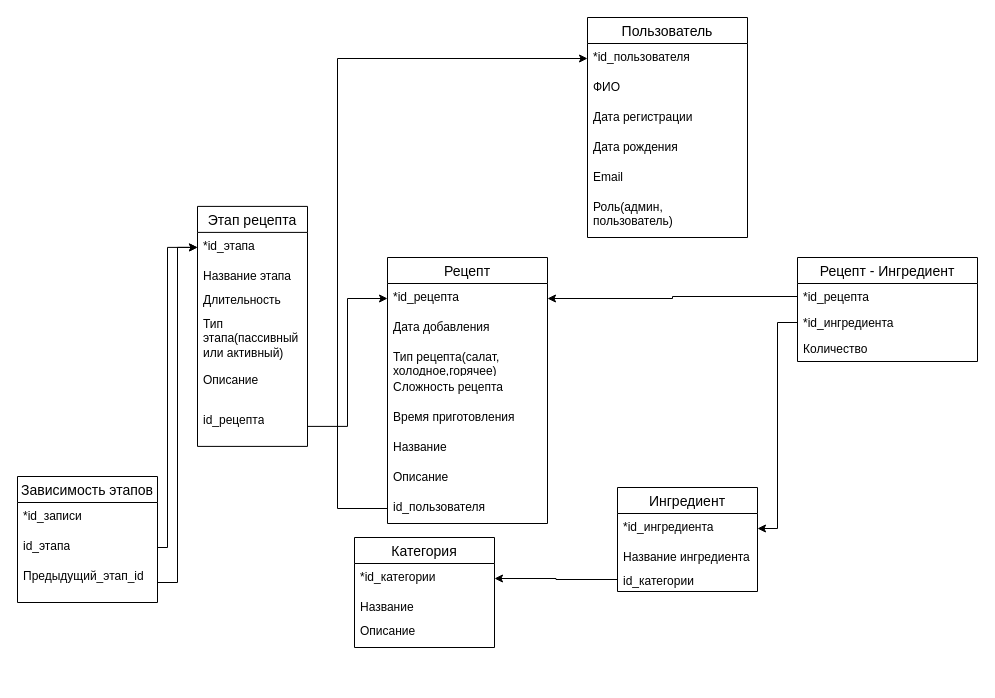
pestlain34/A_Graph-Based_System_for_Intelligent_Culinary_Process_Sequencing keeps this draw.io diagram as doc/relational.drawio. Above is the earlier version. Source tidied: cells renumbered, new cells numbered last; positions are measured from the earlier drawing's top-left corner, leaving out a move shared by most shapes. Both pictures are drawn from the tidied source at 100%, with x=0, y=0 at pixel (17, 17).
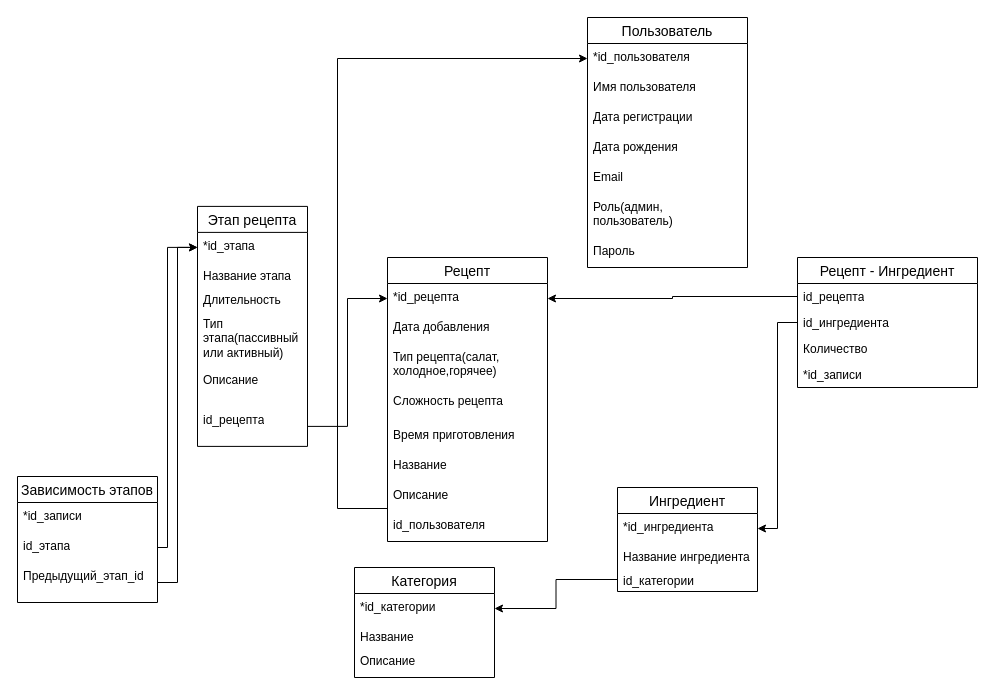
The same diagram, later.

The edit, as a diff of the source:
```diff
@@
     <mxCell id="2" value="Пользователь" style="swimlane;fontStyle=0;horizontal=1;startSize=26;align=center;fontSize=14;" parent="1" vertex="1">
-      <mxGeometry x="570" width="160" height="220" as="geometry" />
+      <mxGeometry x="570" width="160" height="250" as="geometry" />
     </mxCell>
@@
-    <mxCell id="4" value="ФИО" style="text;strokeColor=none;fillColor=none;spacingLeft=4;spacingRight=4;overflow=hidden;fontSize=12;whiteSpace=wrap;html=1;" parent="2" vertex="1">
+    <mxCell id="4" value="Имя пользователя" style="text;strokeColor=none;fillColor=none;spacingLeft=4;spacingRight=4;overflow=hidden;fontSize=12;whiteSpace=wrap;html=1;" parent="2" vertex="1">
       <mxGeometry y="56" width="160" height="30" as="geometry" />
     </mxCell>
@@
+    <mxCell id="48" value="Пароль" style="text;strokeColor=none;fillColor=none;spacingLeft=4;spacingRight=4;overflow=hidden;fontSize=12;whiteSpace=wrap;html=1;" parent="2" vertex="1">
+      <mxGeometry y="220" width="160" height="30" as="geometry" />
+    </mxCell>
     <mxCell id="9" value="Рецепт" style="swimlane;fontStyle=0;horizontal=1;startSize=26;align=center;fontSize=14;" parent="1" vertex="1">
-      <mxGeometry x="370" y="240" width="160" height="266" as="geometry" />
+      <mxGeometry x="370" y="240" width="160" height="284" as="geometry" />
     </mxCell>
@@
     <mxCell id="12" value="Тип рецепта(салат, холодное,горячее)" style="text;strokeColor=none;fillColor=none;spacingLeft=4;spacingRight=4;overflow=hidden;fontSize=12;whiteSpace=wrap;html=1;" parent="9" vertex="1">
-      <mxGeometry y="86" width="160" height="30" as="geometry" />
+      <mxGeometry y="86" width="160" height="44" as="geometry" />
     </mxCell>
     <mxCell id="13" value="Сложность рецепта" style="text;strokeColor=none;fillColor=none;spacingLeft=4;spacingRight=4;overflow=hidden;fontSize=12;whiteSpace=wrap;html=1;" parent="9" vertex="1">
-      <mxGeometry y="116" width="160" height="30" as="geometry" />
+      <mxGeometry y="130" width="160" height="34" as="geometry" />
     </mxCell>
     <mxCell id="14" value="Время приготовления" style="text;strokeColor=none;fillColor=none;spacingLeft=4;spacingRight=4;overflow=hidden;fontSize=12;whiteSpace=wrap;html=1;" parent="9" vertex="1">
-      <mxGeometry y="146" width="160" height="30" as="geometry" />
+      <mxGeometry y="164" width="160" height="30" as="geometry" />
     </mxCell>
     <mxCell id="15" value="Название" style="text;strokeColor=none;fillColor=none;spacingLeft=4;spacingRight=4;overflow=hidden;fontSize=12;whiteSpace=wrap;html=1;" parent="9" vertex="1">
-      <mxGeometry y="176" width="160" height="30" as="geometry" />
+      <mxGeometry y="194" width="160" height="30" as="geometry" />
     </mxCell>
     <mxCell id="16" value="Описание" style="text;strokeColor=none;fillColor=none;spacingLeft=4;spacingRight=4;overflow=hidden;fontSize=12;whiteSpace=wrap;html=1;" parent="9" vertex="1">
-      <mxGeometry y="206" width="160" height="30" as="geometry" />
+      <mxGeometry y="224" width="160" height="30" as="geometry" />
     </mxCell>
     <mxCell id="17" value="id_пользователя" style="text;strokeColor=none;fillColor=none;spacingLeft=4;spacingRight=4;overflow=hidden;points=[[0,0.5],[1,0.5]];portConstraint=eastwest;fontSize=12;whiteSpace=wrap;html=1;" parent="9" vertex="1">
-      <mxGeometry y="236" width="160" height="30" as="geometry" />
+      <mxGeometry y="254" width="160" height="30" as="geometry" />
     </mxCell>
@@
     <mxCell id="33" value="Категория" style="swimlane;fontStyle=0;horizontal=1;startSize=26;align=center;fontSize=14;" parent="1" vertex="1">
-      <mxGeometry x="337" y="520" width="140" height="110" as="geometry" />
+      <mxGeometry x="337" y="550" width="140" height="110" as="geometry" />
     </mxCell>
@@
     <mxCell id="37" value="Рецепт - Ингредиент" style="swimlane;fontStyle=0;horizontal=1;startSize=26;align=center;fontSize=14;" parent="1" vertex="1">
-      <mxGeometry x="780" y="240" width="180" height="104" as="geometry" />
+      <mxGeometry x="780" y="240" width="180" height="130" as="geometry" />
     </mxCell>
-    <mxCell id="38" value="*id_рецепта" style="text;strokeColor=none;fillColor=none;spacingLeft=4;spacingRight=4;overflow=hidden;points=[[0,0.5],[1,0.5]];portConstraint=eastwest;fontSize=12;whiteSpace=wrap;html=1;" parent="37" vertex="1">
+    <mxCell id="38" value="id_рецепта" style="text;strokeColor=none;fillColor=none;spacingLeft=4;spacingRight=4;overflow=hidden;points=[[0,0.5],[1,0.5]];portConstraint=eastwest;fontSize=12;whiteSpace=wrap;html=1;" parent="37" vertex="1">
       <mxGeometry y="26" width="180" height="26" as="geometry" />
     </mxCell>
-    <mxCell id="39" value="*id_ингредиента" style="text;strokeColor=none;fillColor=none;spacingLeft=4;spacingRight=4;overflow=hidden;points=[[0,0.5],[1,0.5]];portConstraint=eastwest;fontSize=12;whiteSpace=wrap;html=1;" parent="37" vertex="1">
+    <mxCell id="39" value="id_ингредиента" style="text;strokeColor=none;fillColor=none;spacingLeft=4;spacingRight=4;overflow=hidden;points=[[0,0.5],[1,0.5]];portConstraint=eastwest;fontSize=12;whiteSpace=wrap;html=1;" parent="37" vertex="1">
       <mxGeometry y="52" width="180" height="26" as="geometry" />
     </mxCell>
@@
+    <mxCell id="49" value="*id_записи" style="text;strokeColor=none;fillColor=none;spacingLeft=4;spacingRight=4;overflow=hidden;fontSize=12;whiteSpace=wrap;html=1;" parent="37" vertex="1">
+      <mxGeometry y="104" width="180" height="26" as="geometry" />
+    </mxCell>
```
